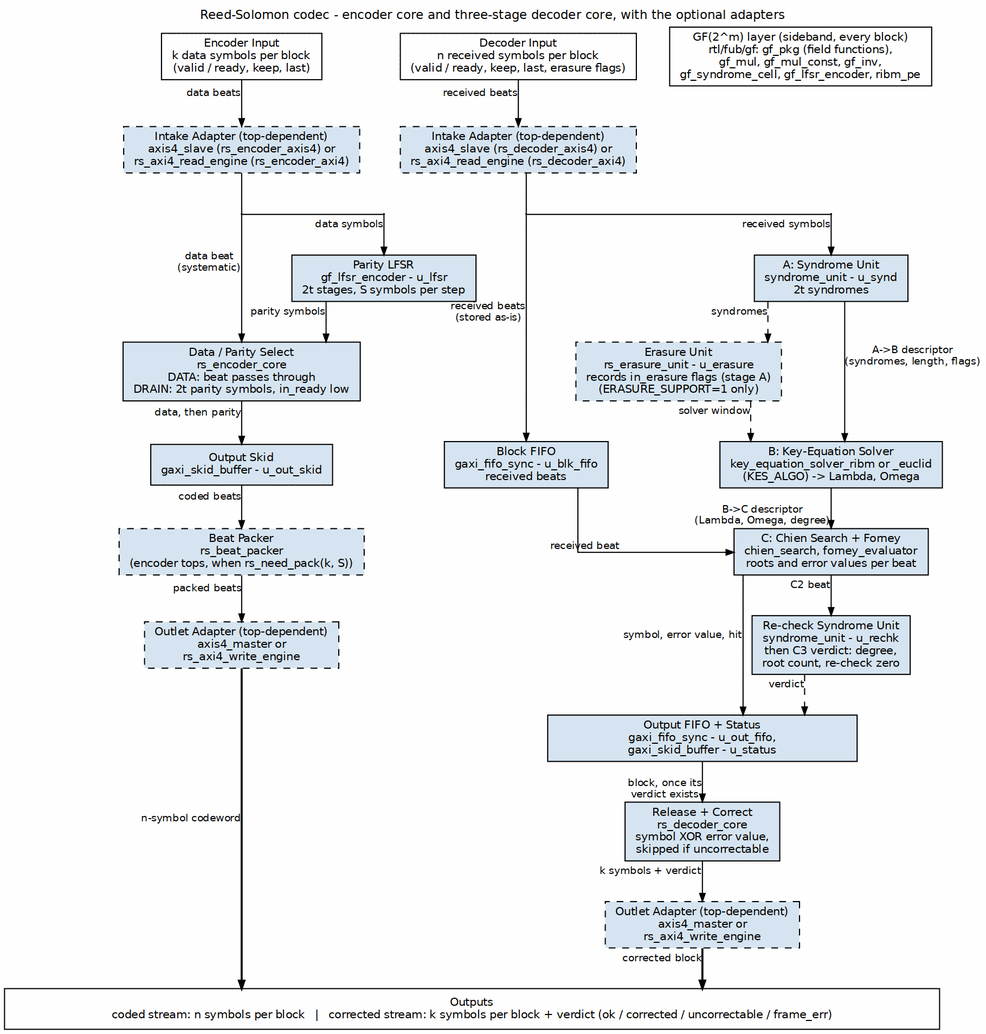
Earlier version of the Graphviz export projects/components/ecc-ip/reed-solomon/docs/reed_solomon_has/assets/graphviz/rs_block_diagram.png (sean-galloway/RTLDesignSherpa). Its source is kept beside it as projects/components/ecc-ip/reed-solomon/docs/reed_solomon_has/assets/graphviz/rs_block_diagram.dot. Its diagram source:
```dot
digraph rs_block_diagram {
    graph [rankdir=TB, bgcolor="white", fontname="Helvetica", fontsize=11,
           nodesep="0.40", ranksep="0.50", splines=ortho, newrank=true,
           labelloc=t, labeljust=c];
    node  [fontname="Helvetica", fontsize=10, shape=box, style=filled,
           fillcolor="#D6E4F0", color="black", margin="0.12,0.06"];
    edge  [fontname="Helvetica", fontsize=9, color="black", arrowsize=0.7];
    label="Reed-Solomon codec - encoder core and three-stage decoder core, with the optional adapters";

    e_in [label="Encoder Input\nk data symbols per block\n(valid / ready, keep, last)", fillcolor="white", group=E];
    d_in [label="Decoder Input\nn received symbols per block\n(valid / ready, keep, last, erasure flags)", fillcolor="white", group=S];

    e_ai [label="Intake Adapter (top-dependent)\naxis4_slave (rs_encoder_axis4) or\nrs_axi4_read_engine (rs_encoder_axi4)", style="filled,dashed", group=E];
    d_ai [label="Intake Adapter (top-dependent)\naxis4_slave (rs_decoder_axis4) or\nrs_axi4_read_engine (rs_decoder_axi4)", style="filled,dashed", group=S];

    p_e  [shape=point, width=0.01, group=E];
    p_l  [shape=point, width=0.01, group=L];
    lfsr [group=L, label="Parity LFSR\ngf_lfsr_encoder - u_lfsr\n2t stages, S symbols per step"];
    esel [label="Data / Parity Select\nrs_encoder_core\nDATA: beat passes through\nDRAIN: 2t parity symbols, in_ready low", group=E];
    eskd [label="Output Skid\ngaxi_skid_buffer - u_out_skid", group=E];
    epk  [label="Beat Packer\nrs_beat_packer\n(encoder tops, when rs_need_pack(k, S))", style="filled,dashed", group=E];
    e_ao [label="Outlet Adapter (top-dependent)\naxis4_master or\nrs_axi4_write_engine", style="filled,dashed", group=E];

    p_d  [shape=point, width=0.01, group=S];
    p_b  [shape=point, width=0.01, group=B];
    synd [label="A: Syndrome Unit\nsyndrome_unit - u_synd\n2t syndromes", group=S];
    era  [label="Erasure Unit\nrs_erasure_unit - u_erasure\nrecords in_erasure flags (stage A)\n(ERASURE_SUPPORT=1 only)", style="filled,dashed", group=V];
    kes  [label="B: Key-Equation Solver\nkey_equation_solver_ribm or _euclid\n(KES_ALGO) -> Lambda, Omega", group=S];
    cf   [label="C: Chien Search + Forney\nchien_search, forney_evaluator\nroots and error values per beat", group=S];
    bfifo[label="Block FIFO\ngaxi_fifo_sync - u_blk_fifo\nreceived beats", group=B];
    rchk [label="Re-check Syndrome Unit\nsyndrome_unit - u_rechk\nthen C3 verdict: degree,\nroot count, re-check zero", group=S];
    ofifo[width=3.8, label="Output FIFO + Status\ngaxi_fifo_sync - u_out_fifo,\ngaxi_skid_buffer - u_status", group=B];
    rel  [label="Release + Correct\nrs_decoder_core\nsymbol XOR error value,\nskipped if uncorrectable", group=B];
    d_ao [label="Outlet Adapter (top-dependent)\naxis4_master or\nrs_axi4_write_engine", style="filled,dashed", group=B];

    gf [label="GF(2^m) layer (sideband, every block)\nrtl/fub/gf: gf_pkg (field functions),\ngf_mul, gf_mul_const, gf_inv,\ngf_syndrome_cell, gf_lfsr_encoder, ribm_pe", fillcolor="white"];

    bar [label="Outputs\ncoded stream: n symbols per block   |   corrected stream: k symbols per block + verdict (ok / corrected / uncorrectable / frame_err)",
         fillcolor="white", width=11.5];

    e_in -> e_ai [xlabel="data beats"];
    e_ai -> p_e  [arrowhead=none, headclip=false];
    p_e  -> esel [tailclip=false, xlabel="data beat\n(systematic)"];
    p_e  -> p_l  [arrowhead=none, tailclip=false, headclip=false];
    p_l  -> lfsr [tailclip=false, xlabel="data symbols"];
    lfsr -> esel [xlabel="parity symbols"];
    esel -> eskd [xlabel="data, then parity"];
    eskd -> epk  [xlabel="coded beats"];
    epk  -> e_ao [xlabel="packed beats"];
    e_ao -> bar  [xlabel="n-symbol codeword", penwidth=1.8];

    d_in -> d_ai [xlabel="received beats"];
    d_ai -> p_b  [arrowhead=none, headclip=false];
    p_b  -> p_d  [dir=none, tailclip=false, headclip=false];
    p_d  -> synd [tailclip=false, xlabel="received symbols"];
    p_b  -> bfifo[tailclip=false, xlabel="received beats\n(stored as-is)"];
    synd -> kes  [xlabel="A->B descriptor\n(syndromes, length, flags)"];
    synd -> era  [style=dashed, xlabel="syndromes"];
    era  -> kes  [style=dashed, xlabel="solver window"];
    kes  -> cf   [xlabel="B->C descriptor\n(Lambda, Omega, degree)"];
    bfifo-> cf   [xlabel="received beat"];
    cf   -> rchk [xlabel="C2 beat"];
    cf   -> ofifo[xlabel="symbol, error value, hit"];
    rchk -> ofifo[style=dashed, xlabel="verdict"];
    ofifo-> rel  [xlabel="block, once its\nverdict exists"];
    rel  -> d_ao [xlabel="k symbols + verdict"];
    d_ao -> bar  [xlabel="corrected block", penwidth=1.8];

    { rank=same; e_in; d_in; gf; }
    { rank=same; e_ai; d_ai; }
    { rank=same; p_e; p_l; p_b; p_d; }
    { rank=same; lfsr; synd; }
    { rank=same; esel; era; }
    { rank=same; eskd; kes; bfifo; }
    { rank=same; epk; cf; }
    { rank=same; e_ao; rchk; }
    e_in -> d_in -> gf [style=invis];
    lfsr -> synd [style=invis];
    bfifo -> kes [style=invis];
}
```
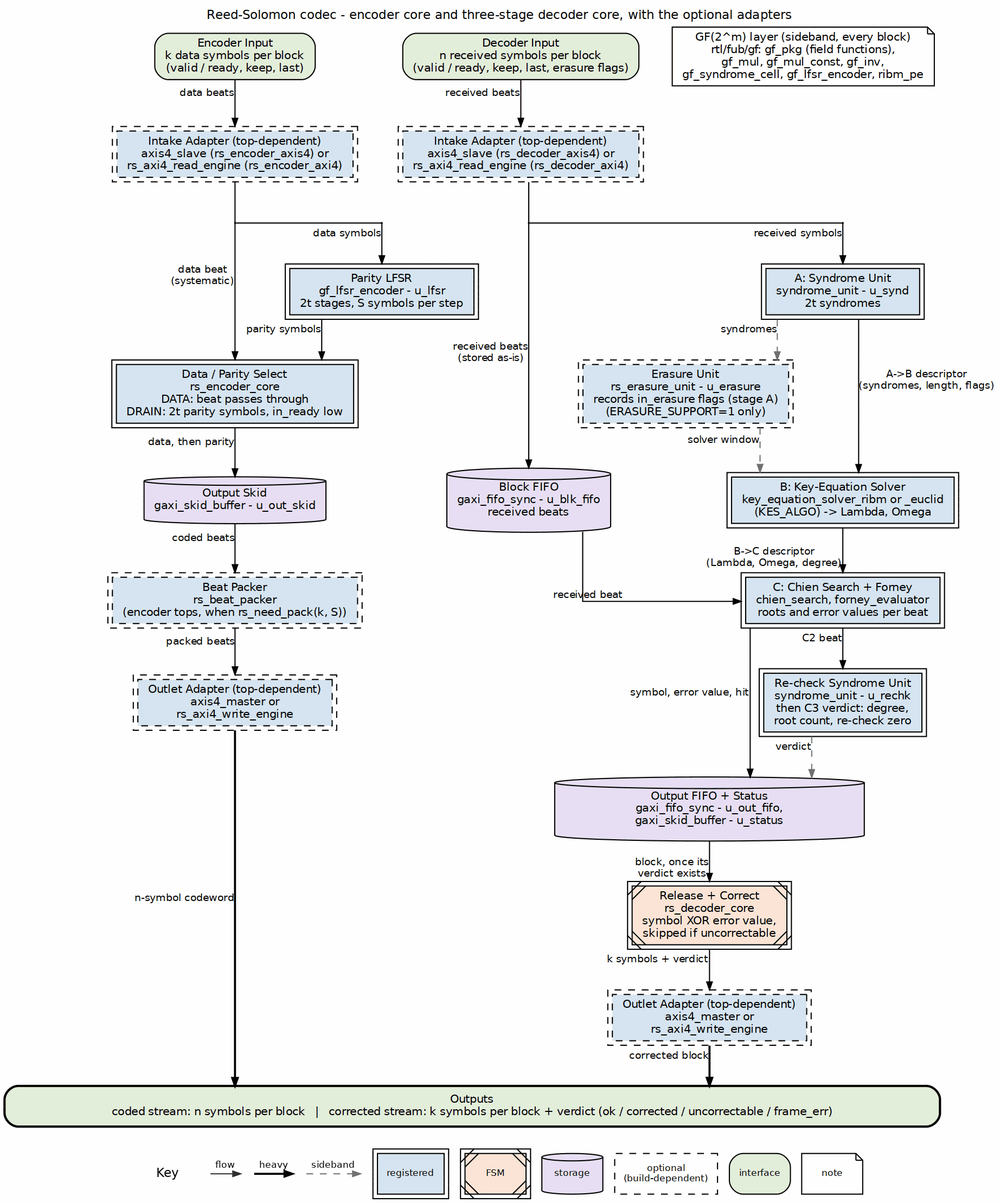
The same diagram one commit later.

Change to the diagram source:
```diff
@@ -3,40 +3,40 @@
            nodesep="0.40", ranksep="0.50", splines=ortho, newrank=true,
            labelloc=t, labeljust=c];
     node  [fontname="Helvetica", fontsize=10, shape=box, style=filled,
-           fillcolor="#D6E4F0", color="black", margin="0.12,0.06"];
+           fillcolor="white", color="black", margin="0.12,0.06"];
     edge  [fontname="Helvetica", fontsize=9, color="black", arrowsize=0.7];
     label="Reed-Solomon codec - encoder core and three-stage decoder core, with the optional adapters";
 
-    e_in [label="Encoder Input\nk data symbols per block\n(valid / ready, keep, last)", fillcolor="white", group=E];
-    d_in [label="Decoder Input\nn received symbols per block\n(valid / ready, keep, last, erasure flags)", fillcolor="white", group=S];
+    e_in [label="Encoder Input\nk data symbols per block\n(valid / ready, keep, last)", fillcolor="white", group=E, style="rounded,filled", fillcolor="#E2EFDA"];
+    d_in [label="Decoder Input\nn received symbols per block\n(valid / ready, keep, last, erasure flags)", fillcolor="white", group=S, style="rounded,filled", fillcolor="#E2EFDA"];
 
-    e_ai [label="Intake Adapter (top-dependent)\naxis4_slave (rs_encoder_axis4) or\nrs_axi4_read_engine (rs_encoder_axi4)", style="filled,dashed", group=E];
-    d_ai [label="Intake Adapter (top-dependent)\naxis4_slave (rs_decoder_axis4) or\nrs_axi4_read_engine (rs_decoder_axi4)", style="filled,dashed", group=S];
+    e_ai [label="Intake Adapter (top-dependent)\naxis4_slave (rs_encoder_axis4) or\nrs_axi4_read_engine (rs_encoder_axi4)", style="filled,dashed", group=E, peripheries=2, style="filled,dashed", fillcolor="#D6E4F0"];
+    d_ai [label="Intake Adapter (top-dependent)\naxis4_slave (rs_decoder_axis4) or\nrs_axi4_read_engine (rs_decoder_axi4)", style="filled,dashed", group=S, peripheries=2, style="filled,dashed", fillcolor="#D6E4F0"];
 
     p_e  [shape=point, width=0.01, group=E];
     p_l  [shape=point, width=0.01, group=L];
-    lfsr [group=L, label="Parity LFSR\ngf_lfsr_encoder - u_lfsr\n2t stages, S symbols per step"];
-    esel [label="Data / Parity Select\nrs_encoder_core\nDATA: beat passes through\nDRAIN: 2t parity symbols, in_ready low", group=E];
-    eskd [label="Output Skid\ngaxi_skid_buffer - u_out_skid", group=E];
-    epk  [label="Beat Packer\nrs_beat_packer\n(encoder tops, when rs_need_pack(k, S))", style="filled,dashed", group=E];
-    e_ao [label="Outlet Adapter (top-dependent)\naxis4_master or\nrs_axi4_write_engine", style="filled,dashed", group=E];
+    lfsr [group=L, label="Parity LFSR\ngf_lfsr_encoder - u_lfsr\n2t stages, S symbols per step", peripheries=2, style="filled", fillcolor="#D6E4F0"];
+    esel [label="Data / Parity Select\nrs_encoder_core\nDATA: beat passes through\nDRAIN: 2t parity symbols, in_ready low", group=E, peripheries=2, style="filled", fillcolor="#D6E4F0"];
+    eskd [label="Output Skid\ngaxi_skid_buffer - u_out_skid", group=E, shape=cylinder, style="filled", fillcolor="#E8DFF5"];
+    epk  [label="Beat Packer\nrs_beat_packer\n(encoder tops, when rs_need_pack(k, S))", style="filled,dashed", group=E, peripheries=2, style="filled,dashed", fillcolor="#D6E4F0"];
+    e_ao [label="Outlet Adapter (top-dependent)\naxis4_master or\nrs_axi4_write_engine", style="filled,dashed", group=E, peripheries=2, style="filled,dashed", fillcolor="#D6E4F0"];
 
     p_d  [shape=point, width=0.01, group=S];
     p_b  [shape=point, width=0.01, group=B];
-    synd [label="A: Syndrome Unit\nsyndrome_unit - u_synd\n2t syndromes", group=S];
-    era  [label="Erasure Unit\nrs_erasure_unit - u_erasure\nrecords in_erasure flags (stage A)\n(ERASURE_SUPPORT=1 only)", style="filled,dashed", group=V];
-    kes  [label="B: Key-Equation Solver\nkey_equation_solver_ribm or _euclid\n(KES_ALGO) -> Lambda, Omega", group=S];
-    cf   [label="C: Chien Search + Forney\nchien_search, forney_evaluator\nroots and error values per beat", group=S];
-    bfifo[label="Block FIFO\ngaxi_fifo_sync - u_blk_fifo\nreceived beats", group=B];
-    rchk [label="Re-check Syndrome Unit\nsyndrome_unit - u_rechk\nthen C3 verdict: degree,\nroot count, re-check zero", group=S];
-    ofifo[width=3.8, label="Output FIFO + Status\ngaxi_fifo_sync - u_out_fifo,\ngaxi_skid_buffer - u_status", group=B];
-    rel  [label="Release + Correct\nrs_decoder_core\nsymbol XOR error value,\nskipped if uncorrectable", group=B];
-    d_ao [label="Outlet Adapter (top-dependent)\naxis4_master or\nrs_axi4_write_engine", style="filled,dashed", group=B];
+    synd [label="A: Syndrome Unit\nsyndrome_unit - u_synd\n2t syndromes", group=S, peripheries=2, style="filled", fillcolor="#D6E4F0"];
+    era  [label="Erasure Unit\nrs_erasure_unit - u_erasure\nrecords in_erasure flags (stage A)\n(ERASURE_SUPPORT=1 only)", style="filled,dashed", group=V, peripheries=2, style="filled,dashed", fillcolor="#D6E4F0"];
+    kes  [label="B: Key-Equation Solver\nkey_equation_solver_ribm or _euclid\n(KES_ALGO) -> Lambda, Omega", group=S, peripheries=2, style="filled", fillcolor="#D6E4F0"];
+    cf   [label="C: Chien Search + Forney\nchien_search, forney_evaluator\nroots and error values per beat", group=S, peripheries=2, style="filled", fillcolor="#D6E4F0"];
+    bfifo[label="Block FIFO\ngaxi_fifo_sync - u_blk_fifo\nreceived beats", group=B, shape=cylinder, style="filled", fillcolor="#E8DFF5"];
+    rchk [label="Re-check Syndrome Unit\nsyndrome_unit - u_rechk\nthen C3 verdict: degree,\nroot count, re-check zero", group=S, peripheries=2, style="filled", fillcolor="#D6E4F0"];
+    ofifo[width=3.8, label="Output FIFO + Status\ngaxi_fifo_sync - u_out_fifo,\ngaxi_skid_buffer - u_status", group=B, shape=cylinder, style="filled", fillcolor="#E8DFF5"];
+    rel  [label="Release + Correct\nrs_decoder_core\nsymbol XOR error value,\nskipped if uncorrectable", group=B, peripheries=2, style="filled,diagonals", fillcolor="#FCE4D6"];
+    d_ao [label="Outlet Adapter (top-dependent)\naxis4_master or\nrs_axi4_write_engine", style="filled,dashed", group=B, peripheries=2, style="filled,dashed", fillcolor="#D6E4F0"];
 
-    gf [label="GF(2^m) layer (sideband, every block)\nrtl/fub/gf: gf_pkg (field functions),\ngf_mul, gf_mul_const, gf_inv,\ngf_syndrome_cell, gf_lfsr_encoder, ribm_pe", fillcolor="white"];
+    gf [label="GF(2^m) layer (sideband, every block)\nrtl/fub/gf: gf_pkg (field functions),\ngf_mul, gf_mul_const, gf_inv,\ngf_syndrome_cell, gf_lfsr_encoder, ribm_pe", fillcolor="white", shape=note];
 
     bar [label="Outputs\ncoded stream: n symbols per block   |   corrected stream: k symbols per block + verdict (ok / corrected / uncorrectable / frame_err)",
-         fillcolor="white", width=11.5];
+         fillcolor="white", width=11.5, style="rounded,filled,bold", fillcolor="#E2EFDA"];
 
     e_in -> e_ai [xlabel="data beats"];
     e_ai -> p_e  [arrowhead=none, headclip=false];
@@ -55,13 +55,13 @@
     p_d  -> synd [tailclip=false, xlabel="received symbols"];
     p_b  -> bfifo[tailclip=false, xlabel="received beats\n(stored as-is)"];
     synd -> kes  [xlabel="A->B descriptor\n(syndromes, length, flags)"];
-    synd -> era  [style=dashed, xlabel="syndromes"];
-    era  -> kes  [style=dashed, xlabel="solver window"];
+    synd -> era  [style=dashed, color="#777777", xlabel="syndromes"];
+    era  -> kes  [style=dashed, color="#777777", xlabel="solver window"];
     kes  -> cf   [xlabel="B->C descriptor\n(Lambda, Omega, degree)"];
     bfifo-> cf   [xlabel="received beat"];
     cf   -> rchk [xlabel="C2 beat"];
     cf   -> ofifo[xlabel="symbol, error value, hit"];
-    rchk -> ofifo[style=dashed, xlabel="verdict"];
+    rchk -> ofifo[style=dashed, color="#777777", xlabel="verdict"];
     ofifo-> rel  [xlabel="block, once its\nverdict exists"];
     rel  -> d_ao [xlabel="k symbols + verdict"];
     d_ao -> bar  [xlabel="corrected block", penwidth=1.8];
```
